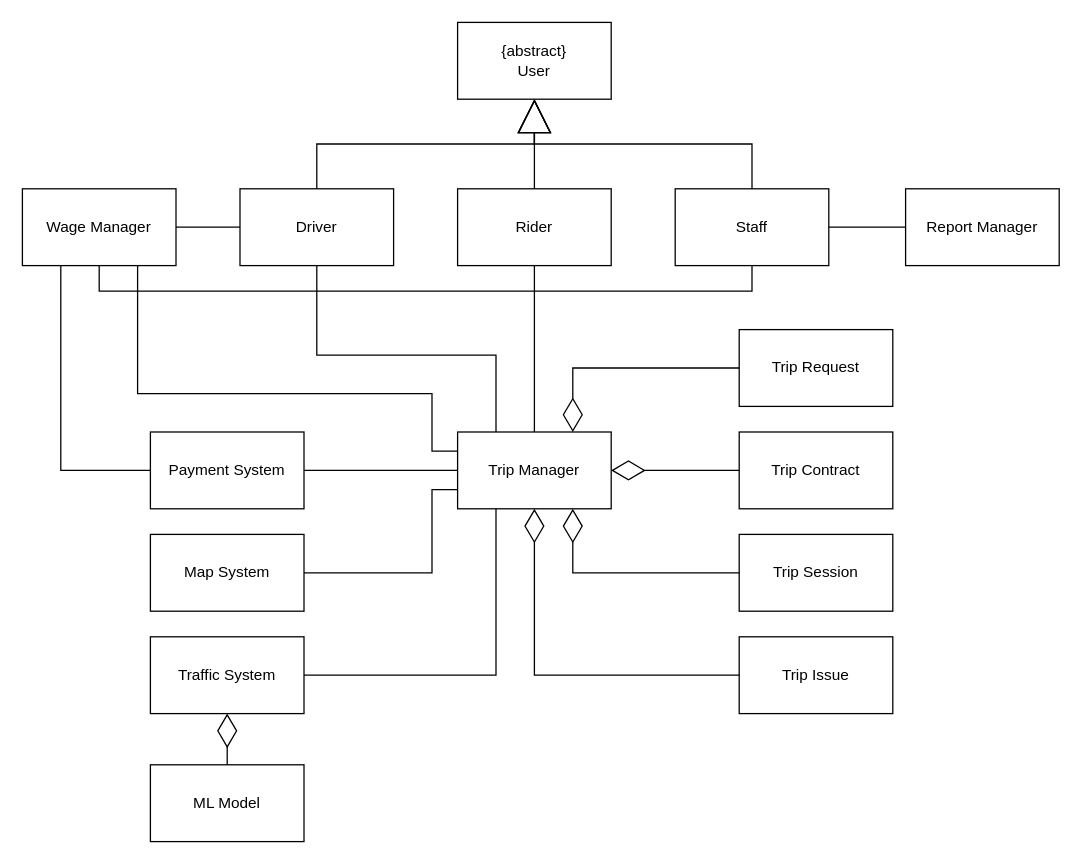
This is page "Page-3" (3 of 4) of diagram.drawio from mypark3424/AbstractFactoryChallenge, a draw.io file, before an edit. Source tidied: cells renumbered, new cells numbered last; positions are measured from the earlier drawing's top-left corner, leaving out a move shared by most shapes. Both pictures are drawn from the tidied source at 128%, with x=0, y=0 at pixel (22, 22).
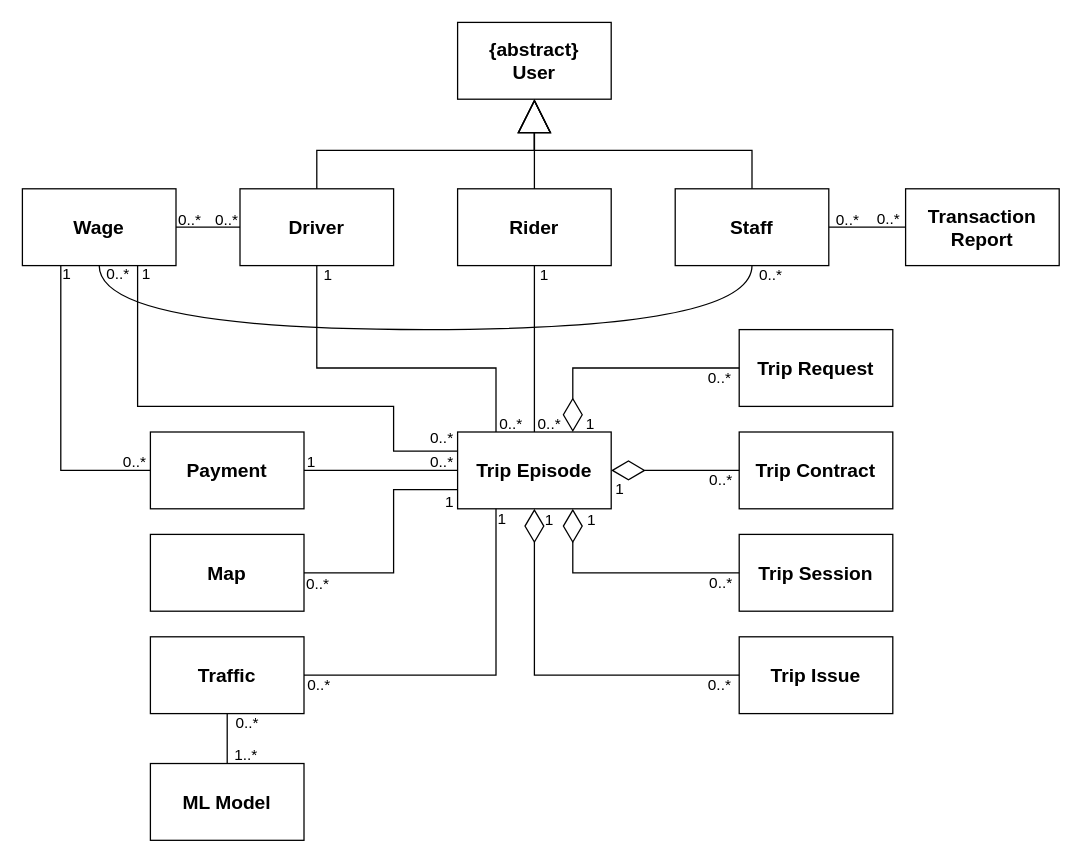
Above is the later version.

The edit, as a diff of the source:
```diff
@@
-    <mxCell id="2" value="{abstract}&lt;br&gt;User" style="rounded=0;whiteSpace=wrap;html=1;" parent="1" vertex="1">
+    <mxCell id="2" value="{abstract}&lt;br style=&quot;font-size: 15px;&quot;&gt;User" style="rounded=0;whiteSpace=wrap;html=1;fontStyle=1;fontSize=15;" parent="1" vertex="1">
       <mxGeometry x="340" width="120" height="60" as="geometry" />
     </mxCell>
-    <mxCell id="3" value="Driver" style="rounded=0;whiteSpace=wrap;html=1;" parent="1" vertex="1">
+    <mxCell id="3" value="Driver" style="rounded=0;whiteSpace=wrap;html=1;fontStyle=1;fontSize=15;" parent="1" vertex="1">
       <mxGeometry x="170" y="130" width="120" height="60" as="geometry" />
     </mxCell>
-    <mxCell id="4" value="Rider" style="rounded=0;whiteSpace=wrap;html=1;" parent="1" vertex="1">
+    <mxCell id="4" value="Rider" style="rounded=0;whiteSpace=wrap;html=1;fontStyle=1;fontSize=15;" parent="1" vertex="1">
       <mxGeometry x="340" y="130" width="120" height="60" as="geometry" />
     </mxCell>
@@
-    <mxCell id="6" style="edgeStyle=orthogonalEdgeStyle;rounded=0;jettySize=auto;html=1;exitX=0.5;exitY=1;exitDx=0;exitDy=0;entryX=0.5;entryY=1;entryDx=0;entryDy=0;endArrow=none;endFill=0;" parent="1" edge="1" source="7" target="34">
-      <mxGeometry relative="1" as="geometry" />
+    <mxCell id="6" style="edgeStyle=orthogonalEdgeStyle;rounded=0;jettySize=auto;html=1;exitX=0.5;exitY=1;exitDx=0;exitDy=0;entryX=0.5;entryY=1;entryDx=0;entryDy=0;endArrow=none;endFill=0;jumpStyle=none;elbow=vertical;horizontal=0;verticalAlign=middle;snapToPoint=0;fixDash=0;shadow=0;sketch=0;curved=1;" parent="1" edge="1" source="7" target="34">
+      <mxGeometry relative="1" as="geometry">
+        <Array as="points">
+          <mxPoint x="570" y="240" />
+          <mxPoint x="60" y="240" />
+        </Array>
+      </mxGeometry>
     </mxCell>
-    <mxCell id="7" value="Staff" style="rounded=0;whiteSpace=wrap;html=1;" parent="1" vertex="1">
+    <mxCell id="7" value="Staff" style="rounded=0;whiteSpace=wrap;html=1;fontStyle=1;fontSize=15;" parent="1" vertex="1">
       <mxGeometry x="510" y="130" width="120" height="60" as="geometry" />
     </mxCell>
     <mxCell id="8" style="endArrow=block;endFill=0;endSize=24;html=1;rounded=0;exitX=0.5;exitY=0;exitDx=0;exitDy=0;entryX=0.5;entryY=1;entryDx=0;entryDy=0;edgeStyle=orthogonalEdgeStyle;" parent="1" edge="1" source="3" target="2">
-      <mxGeometry relative="1" as="geometry" />
+      <mxGeometry relative="1" as="geometry">
+        <Array as="points">
+          <mxPoint x="230" y="100" />
+          <mxPoint x="400" y="100" />
+        </Array>
+      </mxGeometry>
     </mxCell>
@@
     <mxCell id="10" style="endArrow=block;endFill=0;endSize=24;html=1;rounded=0;exitX=0.5;exitY=0;exitDx=0;exitDy=0;edgeStyle=orthogonalEdgeStyle;entryX=0.5;entryY=1;entryDx=0;entryDy=0;" parent="1" edge="1" source="7" target="2">
-      <mxGeometry relative="1" as="geometry" />
+      <mxGeometry relative="1" as="geometry">
+        <Array as="points">
+          <mxPoint x="570" y="100" />
+          <mxPoint x="400" y="100" />
+        </Array>
+      </mxGeometry>
     </mxCell>
-    <mxCell id="11" value="Trip Request" style="rounded=0;whiteSpace=wrap;html=1;" parent="1" vertex="1">
+    <mxCell id="11" value="Trip Request" style="rounded=0;whiteSpace=wrap;html=1;fontStyle=1;fontSize=15;" parent="1" vertex="1">
       <mxGeometry x="560" y="240" width="120" height="60" as="geometry" />
     </mxCell>
-    <mxCell id="12" value="Trip Contract" style="rounded=0;whiteSpace=wrap;html=1;" parent="1" vertex="1">
+    <mxCell id="12" value="Trip Contract" style="rounded=0;whiteSpace=wrap;html=1;fontStyle=1;fontSize=15;" parent="1" vertex="1">
       <mxGeometry x="560" y="320" width="120" height="60" as="geometry" />
     </mxCell>
-    <mxCell id="13" value="Trip Session" style="rounded=0;whiteSpace=wrap;html=1;" parent="1" vertex="1">
+    <mxCell id="13" value="Trip Session" style="rounded=0;whiteSpace=wrap;html=1;fontStyle=1;fontSize=15;" parent="1" vertex="1">
       <mxGeometry x="560" y="400" width="120" height="60" as="geometry" />
     </mxCell>
@@
     <mxCell id="15" style="edgeStyle=orthogonalEdgeStyle;rounded=0;jettySize=auto;html=1;exitX=0.25;exitY=0;exitDx=0;exitDy=0;entryX=0.5;entryY=1;entryDx=0;entryDy=0;endArrow=none;endFill=0;" parent="1" edge="1" source="17" target="3">
       <mxGeometry relative="1" as="geometry">
         <Array as="points">
-          <mxPoint x="370" y="260" />
-          <mxPoint x="230" y="260" />
+          <mxPoint x="370" y="270" />
+          <mxPoint x="230" y="270" />
         </Array>
       </mxGeometry>
     </mxCell>
@@
-    <mxCell id="17" value="Trip Manager" style="rounded=0;whiteSpace=wrap;html=1;" parent="1" vertex="1">
+    <mxCell id="17" value="Trip Episode" style="rounded=0;whiteSpace=wrap;html=1;fontStyle=1;fontSize=15;" parent="1" vertex="1">
       <mxGeometry x="340" y="320" width="120" height="60" as="geometry" />
     </mxCell>
     <mxCell id="18" style="edgeStyle=orthogonalEdgeStyle;rounded=0;jettySize=auto;html=1;endArrow=none;endFill=0;exitX=1;exitY=0.5;exitDx=0;exitDy=0;" parent="1" edge="1" source="19">
       <mxGeometry relative="1" as="geometry">
         <mxPoint x="340" y="365" as="targetPoint" />
         <Array as="points">
-          <mxPoint x="320" y="430" />
-          <mxPoint x="320" y="365" />
+          <mxPoint x="290" y="430" />
+          <mxPoint x="290" y="365" />
         </Array>
       </mxGeometry>
     </mxCell>
-    <mxCell id="19" value="Map System" style="rounded=0;whiteSpace=wrap;html=1;" parent="1" vertex="1">
+    <mxCell id="19" value="Map" style="rounded=0;whiteSpace=wrap;html=1;fontStyle=1;fontSize=15;" parent="1" vertex="1">
       <mxGeometry x="100" y="400" width="120" height="60" as="geometry" />
     </mxCell>
-    <mxCell id="20" value="Payment System" style="rounded=0;whiteSpace=wrap;html=1;" parent="1" vertex="1">
+    <mxCell id="20" value="Payment" style="rounded=0;whiteSpace=wrap;html=1;fontStyle=1;fontSize=15;" parent="1" vertex="1">
       <mxGeometry x="100" y="320" width="120" height="60" as="geometry" />
     </mxCell>
@@
-    <mxCell id="22" value="Traffic System" style="rounded=0;whiteSpace=wrap;html=1;" parent="1" vertex="1">
+    <mxCell id="22" value="Traffic" style="rounded=0;whiteSpace=wrap;html=1;fontStyle=1;fontSize=15;" parent="1" vertex="1">
       <mxGeometry x="100" y="480" width="120" height="60" as="geometry" />
     </mxCell>
-    <mxCell id="23" value="Trip Issue" style="rounded=0;whiteSpace=wrap;html=1;" parent="1" vertex="1">
+    <mxCell id="23" value="Trip Issue" style="rounded=0;whiteSpace=wrap;html=1;fontStyle=1;fontSize=15;" parent="1" vertex="1">
       <mxGeometry x="560" y="480" width="120" height="60" as="geometry" />
     </mxCell>
-    <mxCell id="24" value="ML Model" style="rounded=0;whiteSpace=wrap;html=1;" parent="1" vertex="1">
-      <mxGeometry x="100" y="580" width="120" height="60" as="geometry" />
+    <mxCell id="24" value="ML Model" style="rounded=0;whiteSpace=wrap;html=1;fontStyle=1;fontSize=15;" parent="1" vertex="1">
+      <mxGeometry x="100" y="579" width="120" height="60" as="geometry" />
     </mxCell>
-    <mxCell id="25" style="endArrow=diamondThin;endFill=0;endSize=24;html=1;rounded=0;entryX=0.5;entryY=1;entryDx=0;entryDy=0;exitX=0.5;exitY=0;exitDx=0;exitDy=0;" parent="1" edge="1" source="24" target="22">
-      <mxGeometry relative="1" as="geometry" />
-    </mxCell>
@@
     <mxCell id="27" style="endArrow=diamondThin;endFill=0;endSize=24;html=1;rounded=0;entryX=0.75;entryY=0;entryDx=0;entryDy=0;exitX=0;exitY=0.5;exitDx=0;exitDy=0;edgeStyle=orthogonalEdgeStyle;" parent="1" edge="1" source="11" target="17">
-      <mxGeometry relative="1" as="geometry" />
+      <mxGeometry relative="1" as="geometry">
+        <Array as="points">
+          <mxPoint x="430" y="270" />
+        </Array>
+      </mxGeometry>
     </mxCell>
@@
-    <mxCell id="30" value="Report Manager" style="rounded=0;whiteSpace=wrap;html=1;" parent="1" vertex="1">
+    <mxCell id="30" value="Transaction Report" style="rounded=0;whiteSpace=wrap;html=1;fontStyle=1;fontSize=15;" parent="1" vertex="1">
       <mxGeometry x="690" y="130" width="120" height="60" as="geometry" />
     </mxCell>
@@
     <mxCell id="32" style="edgeStyle=orthogonalEdgeStyle;rounded=0;jettySize=auto;html=1;exitX=0.75;exitY=1;exitDx=0;exitDy=0;entryX=0;entryY=0.25;entryDx=0;entryDy=0;endArrow=none;endFill=0;" parent="1" edge="1" source="34" target="17">
       <mxGeometry relative="1" as="geometry">
         <Array as="points">
-          <mxPoint x="90" y="290" />
-          <mxPoint x="320" y="290" />
-          <mxPoint x="320" y="335" />
+          <mxPoint x="90" y="300" />
+          <mxPoint x="290" y="300" />
+          <mxPoint x="290" y="335" />
         </Array>
       </mxGeometry>
     </mxCell>
@@
-    <mxCell id="34" value="Wage Manager" style="rounded=0;whiteSpace=wrap;html=1;" parent="1" vertex="1">
+    <mxCell id="34" value="Wage" style="rounded=0;whiteSpace=wrap;html=1;fontStyle=1;fontSize=15;" parent="1" vertex="1">
       <mxGeometry y="130" width="120" height="60" as="geometry" />
     </mxCell>
+    <mxCell id="35" value="0..*" style="text;html=1;strokeColor=none;fillColor=none;align=center;verticalAlign=middle;whiteSpace=wrap;rounded=0;" parent="1" vertex="1">
+      <mxGeometry x="397" y="309" width="30" height="10" as="geometry" />
+    </mxCell>
+    <mxCell id="36" value="1" style="text;html=1;strokeColor=none;fillColor=none;align=center;verticalAlign=middle;whiteSpace=wrap;rounded=0;" parent="1" vertex="1">
+      <mxGeometry x="393" y="193" width="30" height="10" as="geometry" />
+    </mxCell>
+    <mxCell id="37" value="1" style="text;html=1;strokeColor=none;fillColor=none;align=center;verticalAlign=middle;whiteSpace=wrap;rounded=0;" parent="1" vertex="1">
+      <mxGeometry x="224" y="193" width="30" height="10" as="geometry" />
+    </mxCell>
+    <mxCell id="38" value="0..*" style="text;html=1;strokeColor=none;fillColor=none;align=center;verticalAlign=middle;whiteSpace=wrap;rounded=0;" parent="1" vertex="1">
+      <mxGeometry x="570" y="193" width="30" height="10" as="geometry" />
+    </mxCell>
+    <mxCell id="39" value="0..*" style="text;html=1;strokeColor=none;fillColor=none;align=center;verticalAlign=middle;whiteSpace=wrap;rounded=0;" parent="1" vertex="1">
+      <mxGeometry x="145" y="150" width="30" height="10" as="geometry" />
+    </mxCell>
+    <mxCell id="40" value="0..*" style="text;html=1;strokeColor=none;fillColor=none;align=center;verticalAlign=middle;whiteSpace=wrap;rounded=0;" parent="1" vertex="1">
+      <mxGeometry x="116" y="150" width="30" height="10" as="geometry" />
+    </mxCell>
+    <mxCell id="41" value="0..*" style="text;html=1;strokeColor=none;fillColor=none;align=center;verticalAlign=middle;whiteSpace=wrap;rounded=0;" parent="1" vertex="1">
+      <mxGeometry x="60" y="192" width="30" height="10" as="geometry" />
+    </mxCell>
+    <mxCell id="42" value="0..*" style="text;html=1;strokeColor=none;fillColor=none;align=center;verticalAlign=middle;whiteSpace=wrap;rounded=0;" parent="1" vertex="1">
+      <mxGeometry x="367" y="309" width="30" height="10" as="geometry" />
+    </mxCell>
+    <mxCell id="43" value="0..*" style="text;html=1;strokeColor=none;fillColor=none;align=center;verticalAlign=middle;whiteSpace=wrap;rounded=0;" parent="1" vertex="1">
+      <mxGeometry x="630" y="150" width="30" height="10" as="geometry" />
+    </mxCell>
+    <mxCell id="44" value="0..*" style="text;html=1;strokeColor=none;fillColor=none;align=center;verticalAlign=middle;whiteSpace=wrap;rounded=0;" parent="1" vertex="1">
+      <mxGeometry x="662" y="149" width="30" height="10" as="geometry" />
+    </mxCell>
+    <mxCell id="45" value="1" style="text;html=1;strokeColor=none;fillColor=none;align=center;verticalAlign=middle;whiteSpace=wrap;rounded=0;" parent="1" vertex="1">
+      <mxGeometry x="20" y="192" width="30" height="10" as="geometry" />
+    </mxCell>
+    <mxCell id="46" value="0..*" style="text;html=1;strokeColor=none;fillColor=none;align=center;verticalAlign=middle;whiteSpace=wrap;rounded=0;" parent="1" vertex="1">
+      <mxGeometry x="73" y="339" width="30" height="10" as="geometry" />
+    </mxCell>
+    <mxCell id="47" value="1" style="text;html=1;strokeColor=none;fillColor=none;align=center;verticalAlign=middle;whiteSpace=wrap;rounded=0;" parent="1" vertex="1">
+      <mxGeometry x="211" y="339" width="30" height="10" as="geometry" />
+    </mxCell>
+    <mxCell id="48" value="0..*" style="text;html=1;strokeColor=none;fillColor=none;align=center;verticalAlign=middle;whiteSpace=wrap;rounded=0;" parent="1" vertex="1">
+      <mxGeometry x="313" y="339" width="30" height="10" as="geometry" />
+    </mxCell>
+    <mxCell id="49" value="0..*" style="text;html=1;strokeColor=none;fillColor=none;align=center;verticalAlign=middle;whiteSpace=wrap;rounded=0;" parent="1" vertex="1">
+      <mxGeometry x="530" y="273" width="30" height="10" as="geometry" />
+    </mxCell>
+    <mxCell id="50" value="1" style="text;html=1;strokeColor=none;fillColor=none;align=center;verticalAlign=middle;whiteSpace=wrap;rounded=0;" parent="1" vertex="1">
+      <mxGeometry x="429" y="309" width="30" height="10" as="geometry" />
+    </mxCell>
+    <mxCell id="51" value="0..*" style="text;html=1;strokeColor=none;fillColor=none;align=center;verticalAlign=middle;whiteSpace=wrap;rounded=0;" parent="1" vertex="1">
+      <mxGeometry x="531" y="353" width="30" height="10" as="geometry" />
+    </mxCell>
+    <mxCell id="52" value="0..*" style="text;html=1;strokeColor=none;fillColor=none;align=center;verticalAlign=middle;whiteSpace=wrap;rounded=0;" parent="1" vertex="1">
+      <mxGeometry x="531" y="433" width="30" height="10" as="geometry" />
+    </mxCell>
+    <mxCell id="53" value="0..*" style="text;html=1;strokeColor=none;fillColor=none;align=center;verticalAlign=middle;whiteSpace=wrap;rounded=0;" parent="1" vertex="1">
+      <mxGeometry x="530" y="513" width="30" height="10" as="geometry" />
+    </mxCell>
+    <mxCell id="54" value="1..*" style="text;html=1;strokeColor=none;fillColor=none;align=center;verticalAlign=middle;whiteSpace=wrap;rounded=0;" parent="1" vertex="1">
+      <mxGeometry x="160" y="568" width="30" height="10" as="geometry" />
+    </mxCell>
+    <mxCell id="55" value="0..*" style="text;html=1;strokeColor=none;fillColor=none;align=center;verticalAlign=middle;whiteSpace=wrap;rounded=0;" parent="1" vertex="1">
+      <mxGeometry x="161" y="543" width="30" height="10" as="geometry" />
+    </mxCell>
+    <mxCell id="56" value="0..*" style="text;html=1;strokeColor=none;fillColor=none;align=center;verticalAlign=middle;whiteSpace=wrap;rounded=0;" parent="1" vertex="1">
+      <mxGeometry x="216" y="434" width="30" height="10" as="geometry" />
+    </mxCell>
+    <mxCell id="57" value="1" style="text;html=1;strokeColor=none;fillColor=none;align=center;verticalAlign=middle;whiteSpace=wrap;rounded=0;" parent="1" vertex="1">
+      <mxGeometry x="319" y="370" width="30" height="10" as="geometry" />
+    </mxCell>
+    <mxCell id="58" value="0..*" style="text;html=1;strokeColor=none;fillColor=none;align=center;verticalAlign=middle;whiteSpace=wrap;rounded=0;" parent="1" vertex="1">
+      <mxGeometry x="313" y="320" width="30" height="10" as="geometry" />
+    </mxCell>
+    <mxCell id="59" value="1" style="text;html=1;strokeColor=none;fillColor=none;align=center;verticalAlign=middle;whiteSpace=wrap;rounded=0;" parent="1" vertex="1">
+      <mxGeometry x="82" y="192" width="30" height="10" as="geometry" />
+    </mxCell>
+    <mxCell id="60" value="0..*" style="text;html=1;strokeColor=none;fillColor=none;align=center;verticalAlign=middle;whiteSpace=wrap;rounded=0;" parent="1" vertex="1">
+      <mxGeometry x="217" y="513" width="30" height="10" as="geometry" />
+    </mxCell>
+    <mxCell id="61" value="1" style="text;html=1;strokeColor=none;fillColor=none;align=center;verticalAlign=middle;whiteSpace=wrap;rounded=0;" parent="1" vertex="1">
+      <mxGeometry x="452" y="360" width="30" height="10" as="geometry" />
+    </mxCell>
+    <mxCell id="62" value="1" style="text;html=1;strokeColor=none;fillColor=none;align=center;verticalAlign=middle;whiteSpace=wrap;rounded=0;" parent="1" vertex="1">
+      <mxGeometry x="360" y="383" width="30" height="10" as="geometry" />
+    </mxCell>
+    <mxCell id="63" value="1" style="text;html=1;strokeColor=none;fillColor=none;align=center;verticalAlign=middle;whiteSpace=wrap;rounded=0;" parent="1" vertex="1">
+      <mxGeometry x="430" y="384" width="30" height="10" as="geometry" />
+    </mxCell>
+    <mxCell id="64" value="1" style="text;html=1;strokeColor=none;fillColor=none;align=center;verticalAlign=middle;whiteSpace=wrap;rounded=0;" parent="1" vertex="1">
+      <mxGeometry x="397" y="384" width="30" height="10" as="geometry" />
+    </mxCell>
+    <mxCell id="25" style="edgeStyle=orthogonalEdgeStyle;rounded=0;jettySize=auto;html=1;exitX=0.5;exitY=0;exitDx=0;exitDy=0;endArrow=none;endFill=0;" parent="1" edge="1" source="24" target="22">
+      <mxGeometry relative="1" as="geometry" />
+    </mxCell>
```
